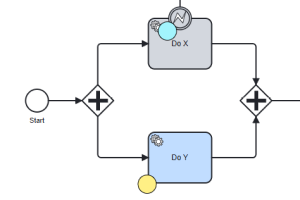
Earlier version of the BPMN export public/example1.png (gclaussn/go-bpmn-play). Its source is kept beside it as public/example1.bpmn. Ids are renumbered.
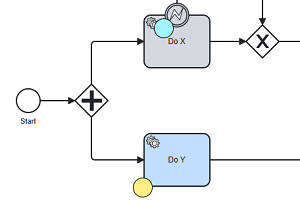
The same file after the commit.

Commit message:
fix: fix BPMN example

Diff of the diagram source:
```diff
@@ -1,4 +1,4 @@
-<bpmn:definitions xmlns:xsi="http://www.w3.org/2001/XMLSchema-instance" xmlns:bpmn="http://www.omg.org/spec/BPMN/20100524/MODEL" xmlns:bpmndi="http://www.omg.org/spec/BPMN/20100524/DI" xmlns:dc="http://www.omg.org/spec/DD/20100524/DC" xmlns:di="http://www.omg.org/spec/DD/20100524/DI" id="Definitions_n1" targetNamespace="http://bpmn.io/schema/bpmn" exporter="bpmn-js (https://demo.bpmn.io)" exporterVersion="18.13.2">
+<bpmn:definitions xmlns:xsi="http://www.w3.org/2001/XMLSchema-instance" xmlns:bpmn="http://www.omg.org/spec/BPMN/20100524/MODEL" xmlns:bpmndi="http://www.omg.org/spec/BPMN/20100524/DI" xmlns:dc="http://www.omg.org/spec/DD/20100524/DC" xmlns:di="http://www.omg.org/spec/DD/20100524/DI" id="Definitions_n1" targetNamespace="http://bpmn.io/schema/bpmn" exporter="bpmn-js (https://demo.bpmn.io)" exporterVersion="18.28.0">
   <bpmn:process id="example1" isExecutable="true">
     <bpmn:startEvent id="startEvent" name="Start">
       <bpmn:outgoing>f1</bpmn:outgoing>
@@ -7,42 +7,45 @@
     <bpmn:parallelGateway id="parallelFork">
       <bpmn:incoming>f1</bpmn:incoming>
       <bpmn:outgoing>f2</bpmn:outgoing>
-      <bpmn:outgoing>f3</bpmn:outgoing>
+      <bpmn:outgoing>f6</bpmn:outgoing>
     </bpmn:parallelGateway>
     <bpmn:sequenceFlow id="f2" sourceRef="parallelFork" targetRef="doX" />
-    <bpmn:sequenceFlow id="f3" sourceRef="parallelFork" targetRef="doY" />
     <bpmn:serviceTask id="doX" name="Do X">
       <bpmn:incoming>f2</bpmn:incoming>
+      <bpmn:outgoing>f3</bpmn:outgoing>
+    </bpmn:serviceTask>
+    <bpmn:sequenceFlow id="f3" sourceRef="doX" targetRef="exclusiveJoin" />
+    <bpmn:sequenceFlow id="f9" sourceRef="doZ" targetRef="exclusiveJoin" />
+    <bpmn:exclusiveGateway id="exclusiveJoin">
+      <bpmn:incoming>f3</bpmn:incoming>
+      <bpmn:incoming>f9</bpmn:incoming>
       <bpmn:outgoing>f4</bpmn:outgoing>
+    </bpmn:exclusiveGateway>
+    <bpmn:sequenceFlow id="f4" sourceRef="exclusiveJoin" targetRef="parallelJoin" />
+    <bpmn:sequenceFlow id="f7" sourceRef="doY" targetRef="parallelJoin" />
+    <bpmn:parallelGateway id="parallelJoin">
+      <bpmn:incoming>f7</bpmn:incoming>
+      <bpmn:incoming>f4</bpmn:incoming>
+      <bpmn:outgoing>f5</bpmn:outgoing>
+    </bpmn:parallelGateway>
+    <bpmn:sequenceFlow id="f5" sourceRef="parallelJoin" targetRef="endEvent" />
+    <bpmn:endEvent id="endEvent" name="End">
+      <bpmn:incoming>f5</bpmn:incoming>
+    </bpmn:endEvent>
+    <bpmn:sequenceFlow id="f6" sourceRef="parallelFork" targetRef="doY" />
+    <bpmn:serviceTask id="doY" name="Do Y">
+      <bpmn:incoming>f6</bpmn:incoming>
+      <bpmn:outgoing>f7</bpmn:outgoing>
     </bpmn:serviceTask>
-    <bpmn:serviceTask id="doY" name="Do Y">
-      <bpmn:incoming>f3</bpmn:incoming>
-      <bpmn:outgoing>f5</bpmn:outgoing>
-    </bpmn:serviceTask>
-    <bpmn:sequenceFlow id="f4" sourceRef="doX" targetRef="parallelJoin" />
-    <bpmn:sequenceFlow id="f5" sourceRef="doY" targetRef="parallelJoin" />
-    <bpmn:parallelGateway id="parallelJoin">
-      <bpmn:incoming>f4</bpmn:incoming>
-      <bpmn:incoming>f5</bpmn:incoming>
-      <bpmn:outgoing>f6</bpmn:outgoing>
-    </bpmn:parallelGateway>
-    <bpmn:sequenceFlow id="f6" sourceRef="parallelJoin" targetRef="endEvent" />
-    <bpmn:endEvent id="endEvent" name="End">
-      <bpmn:incoming>f6</bpmn:incoming>
-    </bpmn:endEvent>
     <bpmn:boundaryEvent id="errorBoundaryEvent" attachedToRef="doX">
-      <bpmn:outgoing>f7</bpmn:outgoing>
+      <bpmn:outgoing>f8</bpmn:outgoing>
       <bpmn:errorEventDefinition id="errorBoundaryEventDefinition" />
     </bpmn:boundaryEvent>
-    <bpmn:sequenceFlow id="f7" sourceRef="errorBoundaryEvent" targetRef="doZ" />
-    <bpmn:serviceTask id="doZ" name="Do Z">
-      <bpmn:incoming>f7</bpmn:incoming>
-      <bpmn:outgoing>f8</bpmn:outgoing>
-    </bpmn:serviceTask>
-    <bpmn:sequenceFlow id="f8" sourceRef="doZ" targetRef="errorEnd" />
-    <bpmn:endEvent id="errorEnd" name="Error end">
+    <bpmn:sequenceFlow id="f8" sourceRef="errorBoundaryEvent" targetRef="doZ" />
+    <bpmn:userTask id="doZ" name="Do Z">
       <bpmn:incoming>f8</bpmn:incoming>
-    </bpmn:endEvent>
+      <bpmn:outgoing>f9</bpmn:outgoing>
+    </bpmn:userTask>
   </bpmn:process>
   <bpmndi:BPMNDiagram id="BPMNDiagram_1">
     <bpmndi:BPMNPlane id="BPMNPlane_1" bpmnElement="example1">
@@ -52,33 +55,30 @@
           <dc:Bounds x="162" y="355" width="25" height="14" />
         </bpmndi:BPMNLabel>
       </bpmndi:BPMNShape>
+      <bpmndi:BPMNShape id="Gateway_0jt5ou7_di" bpmnElement="parallelFork">
+        <dc:Bounds x="245" y="305" width="50" height="50" />
+      </bpmndi:BPMNShape>
       <bpmndi:BPMNShape id="Activity_1nwyqbt_di" bpmnElement="doX">
         <dc:Bounds x="350" y="200" width="100" height="80" />
         <bpmndi:BPMNLabel />
       </bpmndi:BPMNShape>
+      <bpmndi:BPMNShape id="Gateway_1kp530g_di" bpmnElement="exclusiveJoin" isMarkerVisible="true">
+        <dc:Bounds x="505" y="215" width="50" height="50" />
+      </bpmndi:BPMNShape>
+      <bpmndi:BPMNShape id="Gateway_03fae4v_di" bpmnElement="parallelJoin">
+        <dc:Bounds x="595" y="305" width="50" height="50" />
+      </bpmndi:BPMNShape>
+      <bpmndi:BPMNShape id="endEvent_di" bpmnElement="endEvent">
+        <dc:Bounds x="722" y="312" width="36" height="36" />
+        <bpmndi:BPMNLabel>
+          <dc:Bounds x="730" y="355" width="20" height="14" />
+        </bpmndi:BPMNLabel>
+      </bpmndi:BPMNShape>
       <bpmndi:BPMNShape id="Activity_02bq1rb_di" bpmnElement="doY">
         <dc:Bounds x="350" y="380" width="100" height="80" />
       </bpmndi:BPMNShape>
-      <bpmndi:BPMNShape id="Gateway_0jt5ou7_di" bpmnElement="parallelFork">
-        <dc:Bounds x="245" y="305" width="50" height="50" />
-      </bpmndi:BPMNShape>
-      <bpmndi:BPMNShape id="Gateway_03fae4v_di" bpmnElement="parallelJoin">
-        <dc:Bounds x="495" y="305" width="50" height="50" />
-      </bpmndi:BPMNShape>
-      <bpmndi:BPMNShape id="Activity_0ed88gj_di" bpmnElement="doZ">
-        <dc:Bounds x="470" y="80" width="100" height="80" />
-      </bpmndi:BPMNShape>
-      <bpmndi:BPMNShape id="errorEnd_di" bpmnElement="errorEnd">
-        <dc:Bounds x="622" y="102" width="36" height="36" />
-        <bpmndi:BPMNLabel>
-          <dc:Bounds x="617" y="145" width="46" height="14" />
-        </bpmndi:BPMNLabel>
-      </bpmndi:BPMNShape>
-      <bpmndi:BPMNShape id="endEvent_di" bpmnElement="endEvent">
-        <dc:Bounds x="622" y="312" width="36" height="36" />
-        <bpmndi:BPMNLabel>
-          <dc:Bounds x="630" y="355" width="20" height="14" />
-        </bpmndi:BPMNLabel>
+      <bpmndi:BPMNShape id="Activity_1b4sef9_di" bpmnElement="doZ">
+        <dc:Bounds x="480" y="80" width="100" height="80" />
       </bpmndi:BPMNShape>
       <bpmndi:BPMNShape id="Event_0qlmrh6_di" bpmnElement="errorBoundaryEvent">
         <dc:Bounds x="382" y="182" width="36" height="36" />
@@ -92,33 +92,37 @@
         <di:waypoint x="270" y="240" />
         <di:waypoint x="350" y="240" />
       </bpmndi:BPMNEdge>
-      <bpmndi:BPMNEdge id="f4_di" bpmnElement="f4">
+      <bpmndi:BPMNEdge id="Flow_1ncjdm2_di" bpmnElement="f3">
         <di:waypoint x="450" y="240" />
-        <di:waypoint x="520" y="240" />
-        <di:waypoint x="520" y="305" />
+        <di:waypoint x="505" y="240" />
       </bpmndi:BPMNEdge>
-      <bpmndi:BPMNEdge id="f3_di" bpmnElement="f3">
+      <bpmndi:BPMNEdge id="Flow_10r19gi_di" bpmnElement="f9">
+        <di:waypoint x="530" y="160" />
+        <di:waypoint x="530" y="215" />
+      </bpmndi:BPMNEdge>
+      <bpmndi:BPMNEdge id="Flow_0pgq399_di" bpmnElement="f4">
+        <di:waypoint x="555" y="240" />
+        <di:waypoint x="620" y="240" />
+        <di:waypoint x="620" y="305" />
+      </bpmndi:BPMNEdge>
+      <bpmndi:BPMNEdge id="f5_di" bpmnElement="f7">
+        <di:waypoint x="450" y="420" />
+        <di:waypoint x="620" y="420" />
+        <di:waypoint x="620" y="355" />
+      </bpmndi:BPMNEdge>
+      <bpmndi:BPMNEdge id="f6_di" bpmnElement="f5">
+        <di:waypoint x="645" y="330" />
+        <di:waypoint x="722" y="330" />
+      </bpmndi:BPMNEdge>
+      <bpmndi:BPMNEdge id="f3_di" bpmnElement="f6">
         <di:waypoint x="270" y="355" />
         <di:waypoint x="270" y="420" />
         <di:waypoint x="350" y="420" />
       </bpmndi:BPMNEdge>
-      <bpmndi:BPMNEdge id="f5_di" bpmnElement="f5">
-        <di:waypoint x="450" y="420" />
-        <di:waypoint x="520" y="420" />
-        <di:waypoint x="520" y="355" />
-      </bpmndi:BPMNEdge>
-      <bpmndi:BPMNEdge id="f6_di" bpmnElement="f6">
-        <di:waypoint x="545" y="330" />
-        <di:waypoint x="622" y="330" />
-      </bpmndi:BPMNEdge>
-      <bpmndi:BPMNEdge id="f7_di" bpmnElement="f7">
+      <bpmndi:BPMNEdge id="f7_di" bpmnElement="f8">
         <di:waypoint x="400" y="182" />
         <di:waypoint x="400" y="120" />
-        <di:waypoint x="470" y="120" />
-      </bpmndi:BPMNEdge>
-      <bpmndi:BPMNEdge id="f8_di" bpmnElement="f8">
-        <di:waypoint x="570" y="120" />
-        <di:waypoint x="622" y="120" />
+        <di:waypoint x="480" y="120" />
       </bpmndi:BPMNEdge>
     </bpmndi:BPMNPlane>
   </bpmndi:BPMNDiagram>
```
